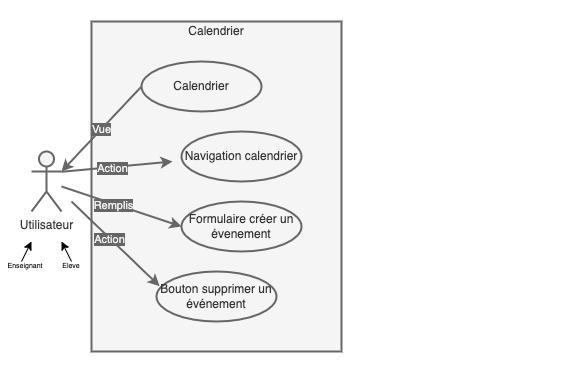
Earlier version of the draw.io export calendrier-usage.drawio.png (TanguyLunais-Robin/TestTest2020). Source tidied: cells renumbered, new cells last; positions are measured from the earlier drawing's top-left corner, leaving out a move shared by most shapes.
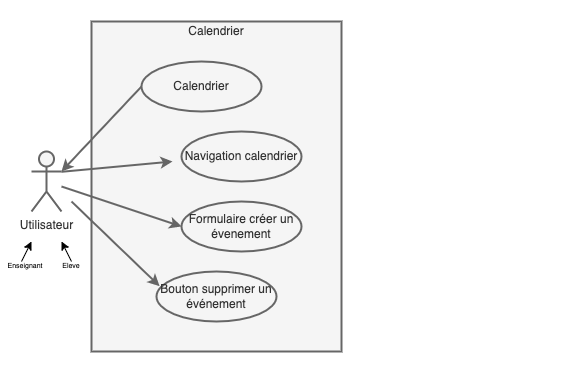
The same file after the commit.

Change to the diagram source:
```diff
@@ -8,15 +8,12 @@
     <mxCell id="3" style="rounded=0;whiteSpace=wrap;html=1;strokeWidth=2;fillColor=#f5f5f5;strokeColor=#666666;fontColor=#333333;" parent="1" vertex="1">
       <mxGeometry x="90" y="20" width="250" height="330" as="geometry" />
     </mxCell>
-    <mxCell id="4" value="Vue" style="rounded=0;jettySize=auto;html=1;strokeWidth=2;fillColor=#f5f5f5;strokeColor=#666666;exitX=0;exitY=0.5;exitDx=0;exitDy=0;entryX=1;entryY=0.3333333333333333;entryDx=0;entryDy=0;entryPerimeter=0;labelBackgroundColor=#666666;fontColor=#F0F0F0;" parent="1" edge="1" source="9" target="7">
+    <mxCell id="4" style="rounded=0;jettySize=auto;html=1;strokeWidth=2;fillColor=#f5f5f5;strokeColor=#666666;exitX=0;exitY=0.5;exitDx=0;exitDy=0;entryX=1;entryY=0.3333333333333333;entryDx=0;entryDy=0;entryPerimeter=0;labelBackgroundColor=#666666;fontColor=#F0F0F0;" parent="1" edge="1" source="9" target="7">
       <mxGeometry relative="1" as="geometry" />
     </mxCell>
     <mxCell id="5" style="rounded=0;jettySize=auto;html=1;strokeWidth=2;fillColor=#f5f5f5;strokeColor=#666666;entryX=0;entryY=0.5;entryDx=0;entryDy=0;" parent="1" edge="1" source="7" target="11">
       <mxGeometry relative="1" as="geometry" />
     </mxCell>
-    <mxCell id="6" value="Remplis" style="edgeLabel;html=1;align=center;verticalAlign=middle;labelBackgroundColor=#666666;fontColor=#F0F0F0;" parent="5" vertex="1">
-      <mxGeometry x="-0.14" y="-1" relative="1" as="geometry" />
-    </mxCell>
     <mxCell id="7" value="Utilisateur" style="shape=umlActor;verticalLabelPosition=bottom;verticalAlign=top;html=1;outlineConnect=0;strokeWidth=2;fillColor=#f5f5f5;strokeColor=#666666;fontColor=#333333;" parent="1" vertex="1">
       <mxGeometry x="30" y="150" width="30" height="60" as="geometry" />
     </mxCell>
@@ -40,9 +37,6 @@
         <mxPoint x="70" y="200" as="sourcePoint" />
       </mxGeometry>
     </mxCell>
-    <mxCell id="14" value="Action" style="edgeLabel;html=1;align=center;verticalAlign=middle;labelBackgroundColor=#666666;fontColor=#F0F0F0;" parent="13" vertex="1">
-      <mxGeometry x="-0.14" y="-1" relative="1" as="geometry" />
-    </mxCell>
     <mxCell id="15" value="Enseignant&amp;nbsp;" style="text;html=1;strokeColor=none;fillColor=none;align=center;verticalAlign=middle;whiteSpace=wrap;rounded=0;fontSize=7;" parent="1" vertex="1">
       <mxGeometry x="10" y="260" width="30" height="10" as="geometry" />
     </mxCell>
@@ -67,10 +61,5 @@
         <mxPoint x="171" y="160" as="targetPoint" />
       </mxGeometry>
     </mxCell>
-    <mxCell id="20" value="Action" style="edgeLabel;html=1;align=center;verticalAlign=middle;labelBackgroundColor=#666666;fontColor=#F0F0F0;" parent="19" vertex="1">
-      <mxGeometry x="-0.14" y="-1" relative="1" as="geometry">
-        <mxPoint x="3" as="offset" />
-      </mxGeometry>
-    </mxCell>
   </root>
 </mxGraphModel>
```
